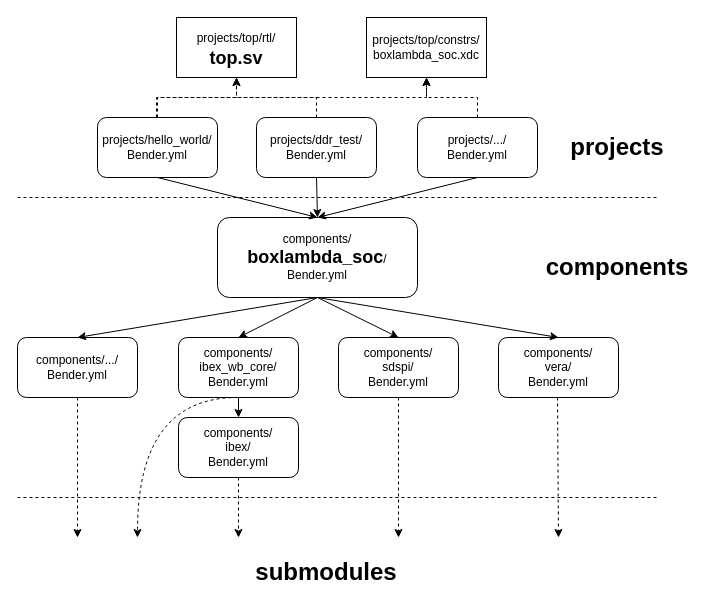
Earlier version of the draw.io diagram docs/assets/BoxLambda_SoC_Component_Build_Diagram.drawio (epsilon537/boxlambda). Source tidied: cells renumbered, new cells numbered last; positions are measured from the earlier drawing's top-left corner, leaving out a move shared by most shapes. Both pictures are drawn from the tidied source at 100%, with x=0, y=0 at pixel (17, 17).
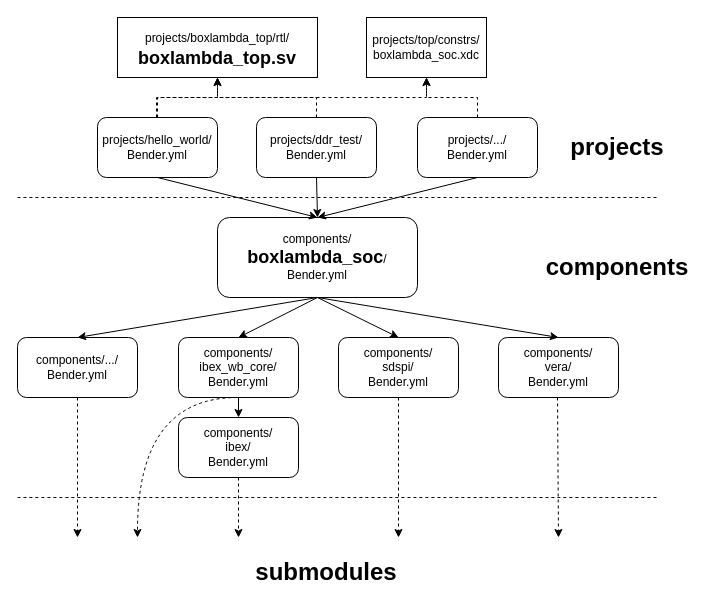
Above is the later version.

Change to the diagram source:
```diff
@@
-    <mxCell id="29" value="&lt;font style=&quot;font-size: 12px;&quot;&gt;projects/top/rtl/&lt;/font&gt;&lt;br&gt;&lt;b&gt;top.sv&lt;/b&gt;" style="rounded=0;whiteSpace=wrap;html=1;fontSize=18;" parent="1" vertex="1">
-      <mxGeometry x="159" width="120" height="60" as="geometry" />
+    <mxCell id="29" value="&lt;font style=&quot;font-size: 12px;&quot;&gt;projects/boxlambda_top/rtl/&lt;/font&gt;&lt;br&gt;&lt;b&gt;boxlambda_top.sv&lt;/b&gt;" style="rounded=0;whiteSpace=wrap;html=1;fontSize=18;" parent="1" vertex="1">
+      <mxGeometry x="100" width="200" height="60" as="geometry" />
     </mxCell>
```
